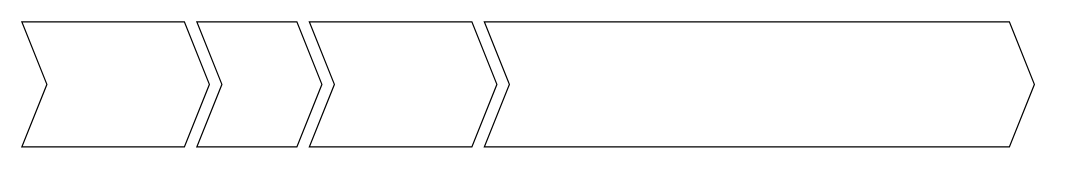
Before: Linea_tiempo_sistemas_operativos.drawio in JLopezore/Diagrams, a draw.io diagram. Source tidied: cells renumbered, new cells numbered last; positions are measured from the earlier drawing's top-left corner, leaving out a move shared by most shapes. Both pictures are drawn from the tidied source at 125%, with x=0, y=0 at pixel (21, 21).
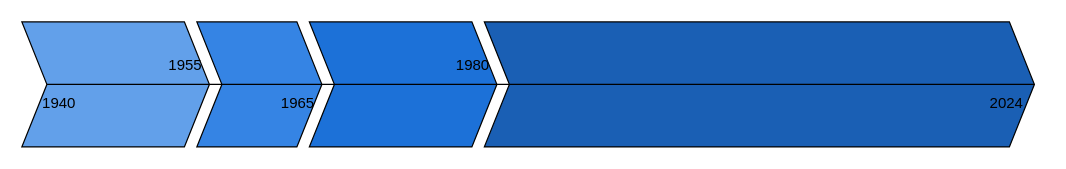
After the change.

What changed in the source:
```diff
@@
 <mxGraphModel>
   <root>
     <mxCell id="0" />
     <mxCell id="1" parent="0" />
-    <mxCell id="2" style="shape=step;perimeter=stepPerimeter;whiteSpace=wrap;html=1;fixedSize=1;" parent="1" vertex="1">
+    <mxCell id="2" style="shape=step;perimeter=stepPerimeter;whiteSpace=wrap;html=1;fixedSize=1;fillColor=#62a0ea;" parent="1" vertex="1">
       <mxGeometry width="150" height="100" as="geometry" />
     </mxCell>
-    <mxCell id="3" style="shape=step;perimeter=stepPerimeter;whiteSpace=wrap;html=1;fixedSize=1;" parent="1" vertex="1">
+    <mxCell id="3" style="shape=step;perimeter=stepPerimeter;whiteSpace=wrap;html=1;fixedSize=1;fillColor=#3584e4;" parent="1" vertex="1">
       <mxGeometry x="140" width="100" height="100" as="geometry" />
     </mxCell>
-    <mxCell id="4" style="shape=step;perimeter=stepPerimeter;whiteSpace=wrap;html=1;fixedSize=1;" parent="1" vertex="1">
+    <mxCell id="4" style="shape=step;perimeter=stepPerimeter;whiteSpace=wrap;html=1;fixedSize=1;fillColor=#1c71d8;" parent="1" vertex="1">
       <mxGeometry x="230" width="150" height="100" as="geometry" />
     </mxCell>
-    <mxCell id="5" style="shape=step;perimeter=stepPerimeter;whiteSpace=wrap;html=1;fixedSize=1;" parent="1" vertex="1">
+    <mxCell id="5" style="shape=step;perimeter=stepPerimeter;whiteSpace=wrap;html=1;fixedSize=1;fillColor=#1a5fb4;" parent="1" vertex="1">
       <mxGeometry x="370" width="440" height="100" as="geometry" />
     </mxCell>
+    <mxCell id="6" style="endArrow=none;html=1;rounded=0;exitX=0;exitY=0.5;exitDx=0;exitDy=0;entryX=1;entryY=0.5;entryDx=0;entryDy=0;" parent="1" edge="1" source="2" target="5">
+      <mxGeometry relative="1" as="geometry" />
+    </mxCell>
+    <mxCell id="7" value="&lt;div&gt;1940&lt;/div&gt;" style="text;html=1;align=center;verticalAlign=middle;whiteSpace=wrap;rounded=0;" parent="1" vertex="1">
+      <mxGeometry y="50" width="60" height="30" as="geometry" />
+    </mxCell>
+    <mxCell id="8" value="1955" style="text;html=1;align=center;verticalAlign=middle;whiteSpace=wrap;rounded=0;" parent="1" vertex="1">
+      <mxGeometry x="101" y="20" width="60" height="30" as="geometry" />
+    </mxCell>
+    <mxCell id="9" value="1965" style="text;html=1;align=center;verticalAlign=middle;whiteSpace=wrap;rounded=0;" parent="1" vertex="1">
+      <mxGeometry x="191" y="50" width="60" height="30" as="geometry" />
+    </mxCell>
+    <mxCell id="10" value="1980" style="text;html=1;align=center;verticalAlign=middle;whiteSpace=wrap;rounded=0;" parent="1" vertex="1">
+      <mxGeometry x="331" y="20" width="60" height="30" as="geometry" />
+    </mxCell>
+    <mxCell id="11" value="2024" style="text;html=1;align=center;verticalAlign=middle;whiteSpace=wrap;rounded=0;" parent="1" vertex="1">
+      <mxGeometry x="758" y="50" width="60" height="30" as="geometry" />
+    </mxCell>
   </root>
 </mxGraphModel>
```
